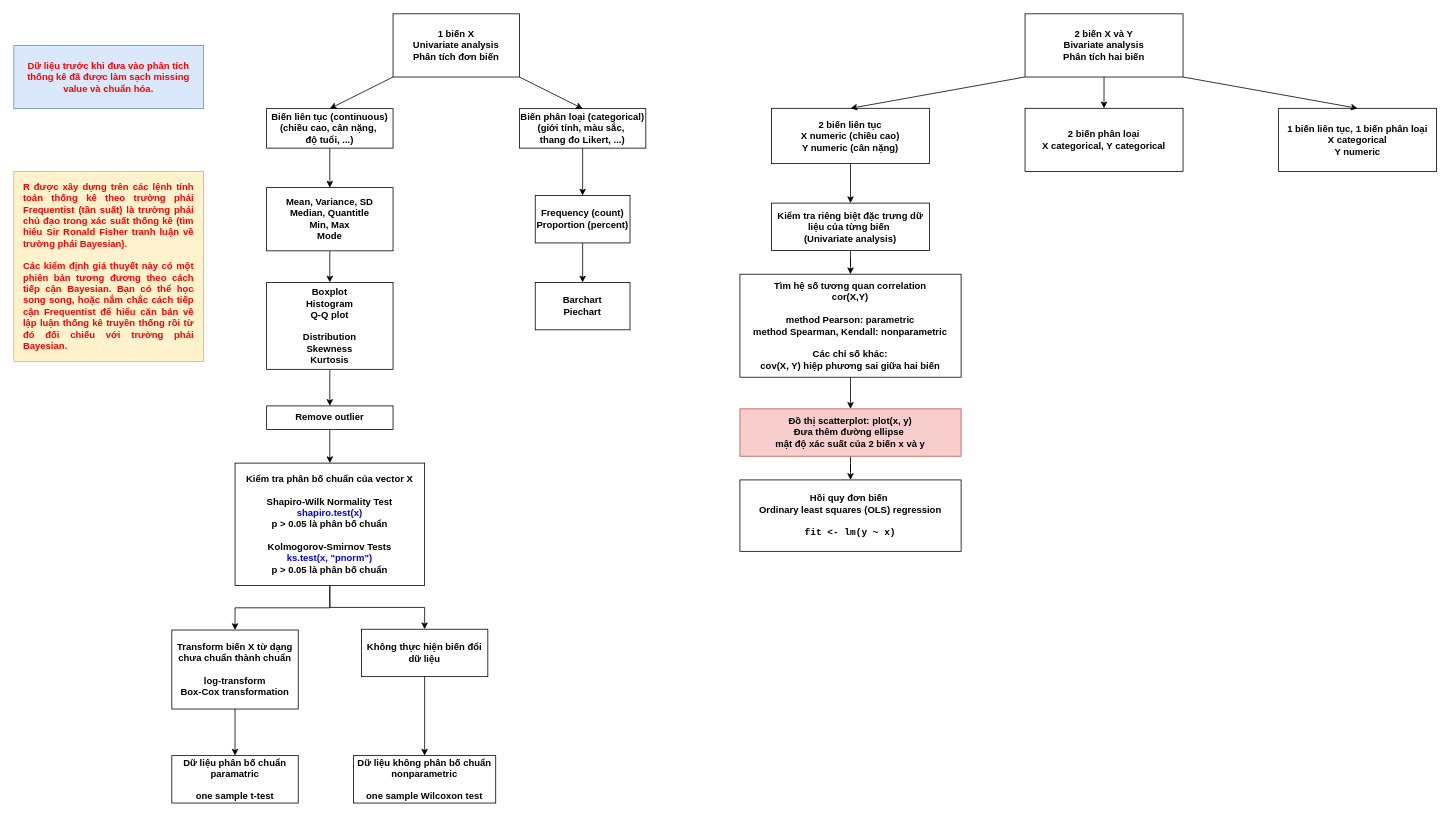
This is blog/cac-phuong-phap-thong-ke-thuong-quy/roadmap.drawio from tuhocr/thongkevavedothi, a draw.io file, before an edit. Source tidied: cells renumbered, new cells numbered last; positions are measured from the earlier drawing's top-left corner, leaving out a move shared by most shapes. Both pictures are drawn from the tidied source at 79%, with x=0, y=0 at pixel (13, 13).
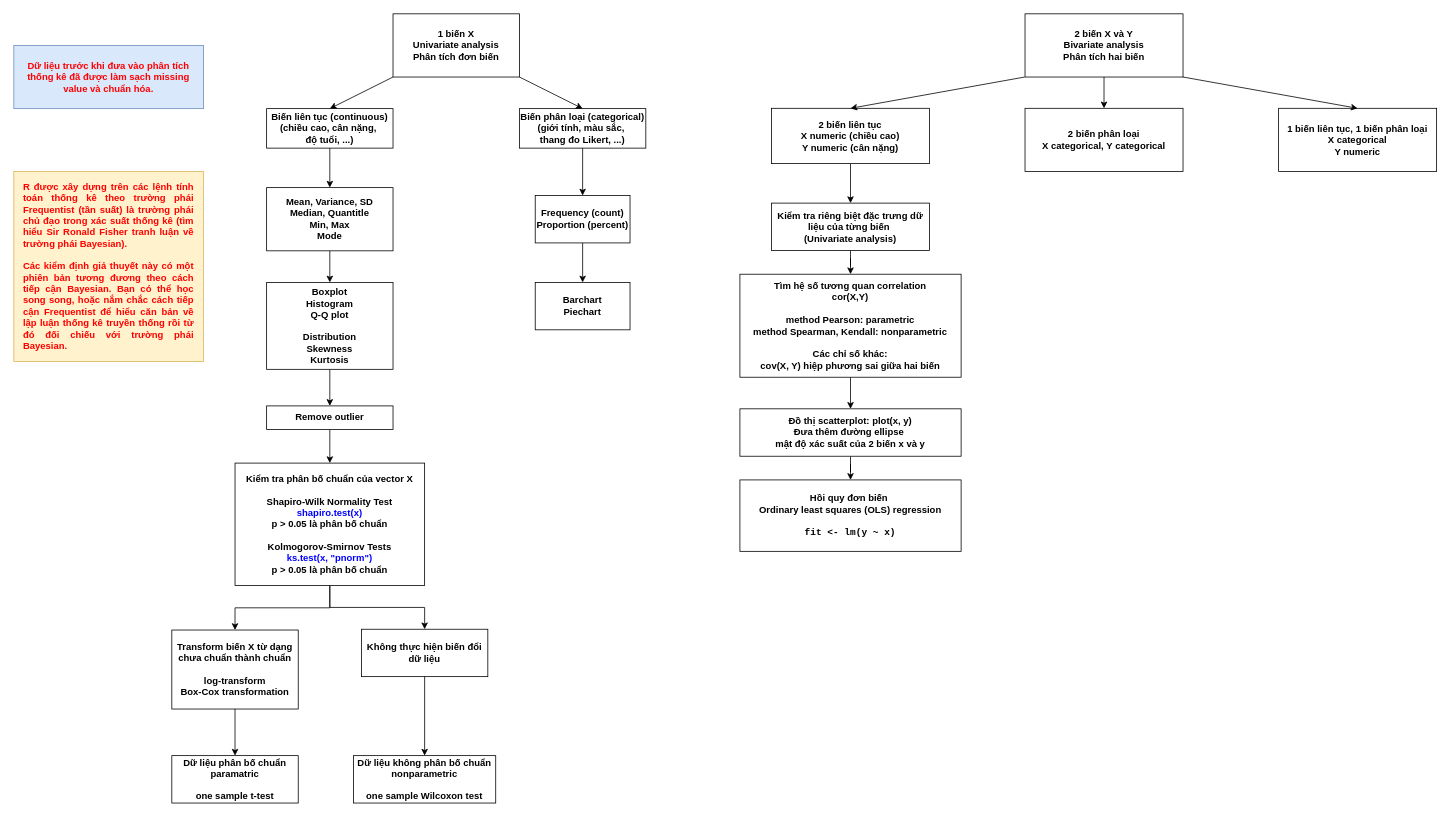
The same page after the edit.

What changed in the source:
```diff
@@
-    <mxCell id="39" value="Đồ thị scatterplot:&amp;nbsp;&lt;span style=&quot;background-color: transparent; color: light-dark(rgb(0, 0, 0), rgb(255, 255, 255));&quot;&gt;plot(x, y)&lt;br&gt;Đưa thêm đường ellipse&amp;nbsp;&lt;/span&gt;&lt;div&gt;&lt;span style=&quot;background-color: transparent; color: light-dark(rgb(0, 0, 0), rgb(255, 255, 255));&quot;&gt;mật độ xác suất của 2 biến x và y&lt;/span&gt;&lt;/div&gt;" style="rounded=0;whiteSpace=wrap;html=1;fontStyle=1;fillColor=#f8cecc;strokeColor=#b85450;" parent="1" vertex="1">
+    <mxCell id="39" value="Đồ thị scatterplot:&amp;nbsp;&lt;span style=&quot;background-color: transparent; color: light-dark(rgb(0, 0, 0), rgb(255, 255, 255));&quot;&gt;plot(x, y)&lt;br&gt;Đưa thêm đường ellipse&amp;nbsp;&lt;/span&gt;&lt;div&gt;&lt;span style=&quot;background-color: transparent; color: light-dark(rgb(0, 0, 0), rgb(255, 255, 255));&quot;&gt;mật độ xác suất của 2 biến x và y&lt;/span&gt;&lt;/div&gt;" style="rounded=0;whiteSpace=wrap;html=1;fontStyle=1;" parent="1" vertex="1">
       <mxGeometry x="919.1" y="500" width="280" height="60" as="geometry" />
     </mxCell>
```
